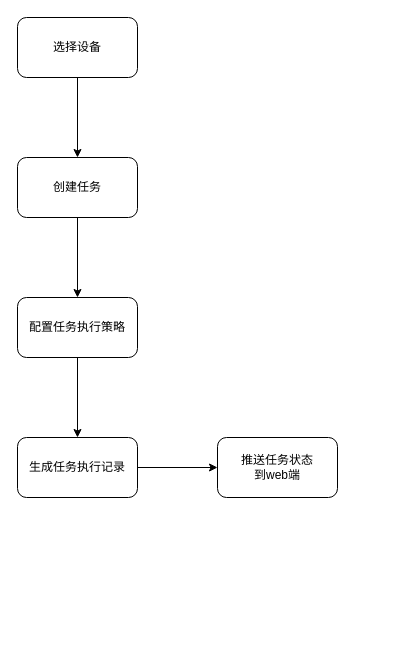
This is 宜宾任务流程.drawio from wangyufei0807/draw, a draw.io file, before an edit. Source tidied: cells renumbered, new cells numbered last; positions are measured from the earlier drawing's top-left corner, leaving out a move shared by most shapes. Both pictures are drawn from the tidied source at 100%, with x=0, y=0 at pixel (17, 17).
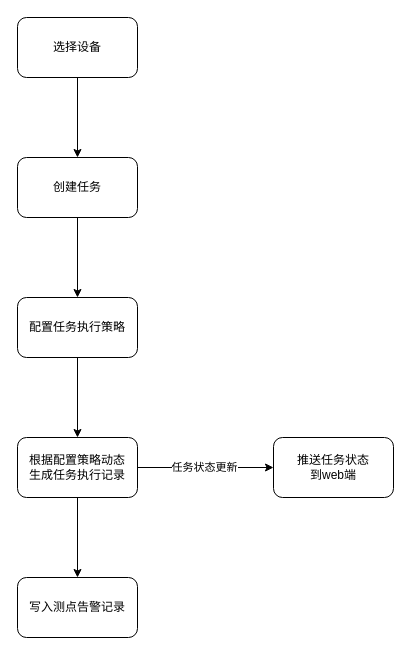
Above is the later version.

Commit message (it also covers changes not shown here):
更新宜宾任务流程.drawio

Diff of the diagram source:
```diff
@@
 <mxGraphModel>
   <root>
     <mxCell id="0" />
     <mxCell id="1" parent="0" />
     <mxCell id="2" style="edgeStyle=orthogonalEdgeStyle;rounded=0;jettySize=auto;html=1;" parent="1" edge="1" source="3" target="5">
       <mxGeometry relative="1" as="geometry" />
     </mxCell>
     <mxCell id="3" value="选择设备" style="rounded=1;whiteSpace=wrap;html=1;" parent="1" vertex="1">
       <mxGeometry width="120" height="60" as="geometry" />
     </mxCell>
     <mxCell id="4" style="edgeStyle=orthogonalEdgeStyle;rounded=0;jettySize=auto;html=1;" parent="1" edge="1" source="5" target="7">
       <mxGeometry relative="1" as="geometry" />
     </mxCell>
     <mxCell id="5" value="创建任务" style="whiteSpace=wrap;html=1;rounded=1;" parent="1" vertex="1">
       <mxGeometry y="140" width="120" height="60" as="geometry" />
     </mxCell>
     <mxCell id="6" style="edgeStyle=orthogonalEdgeStyle;rounded=0;jettySize=auto;html=1;" parent="1" edge="1" source="7" target="9">
       <mxGeometry relative="1" as="geometry" />
     </mxCell>
     <mxCell id="7" value="配置任务执行策略" style="whiteSpace=wrap;html=1;rounded=1;" parent="1" vertex="1">
       <mxGeometry y="280" width="120" height="60" as="geometry" />
     </mxCell>
     <mxCell id="8" style="edgeStyle=orthogonalEdgeStyle;rounded=0;jettySize=auto;html=1;" parent="1" edge="1" source="9" target="10">
       <mxGeometry relative="1" as="geometry" />
     </mxCell>
+    <mxCell id="11" value="任务状态更新" style="edgeLabel;html=1;align=center;verticalAlign=middle;" parent="8" vertex="1">
+      <mxGeometry x="-0.03" y="1" relative="1" as="geometry" />
+    </mxCell>
+    <mxCell id="12" style="edgeStyle=orthogonalEdgeStyle;rounded=0;jettySize=auto;html=1;" parent="1" edge="1" source="9" target="13">
+      <mxGeometry relative="1" as="geometry" />
+    </mxCell>
-    <mxCell id="9" value="生成任务执行记录" style="whiteSpace=wrap;html=1;rounded=1;" parent="1" vertex="1">
+    <mxCell id="9" value="根据配置策略动态&lt;br&gt;生成任务执行记录" style="whiteSpace=wrap;html=1;rounded=1;" parent="1" vertex="1">
       <mxGeometry y="420" width="120" height="60" as="geometry" />
     </mxCell>
     <mxCell id="10" value="推送任务状态&lt;br&gt;到web端" style="whiteSpace=wrap;html=1;rounded=1;" parent="1" vertex="1">
-      <mxGeometry x="200" y="420" width="120" height="60" as="geometry" />
+      <mxGeometry x="256" y="420" width="120" height="60" as="geometry" />
     </mxCell>
+    <mxCell id="13" value="写入测点告警记录" style="whiteSpace=wrap;html=1;rounded=1;" parent="1" vertex="1">
+      <mxGeometry y="560" width="120" height="60" as="geometry" />
+    </mxCell>
   </root>
 </mxGraphModel>
```
